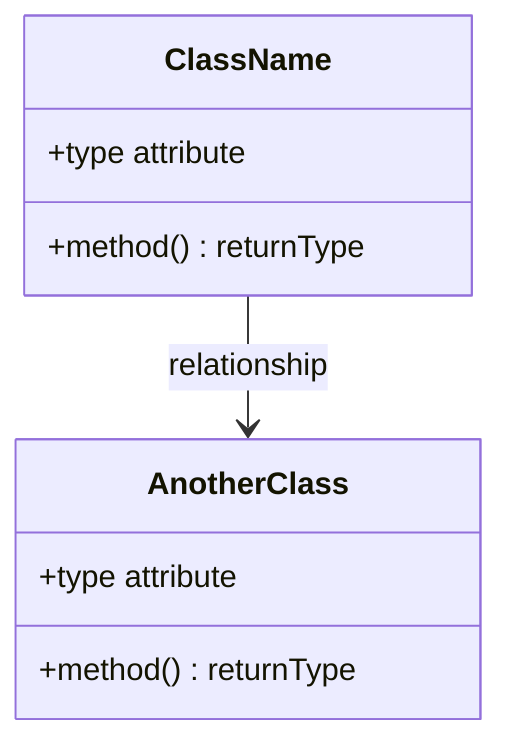
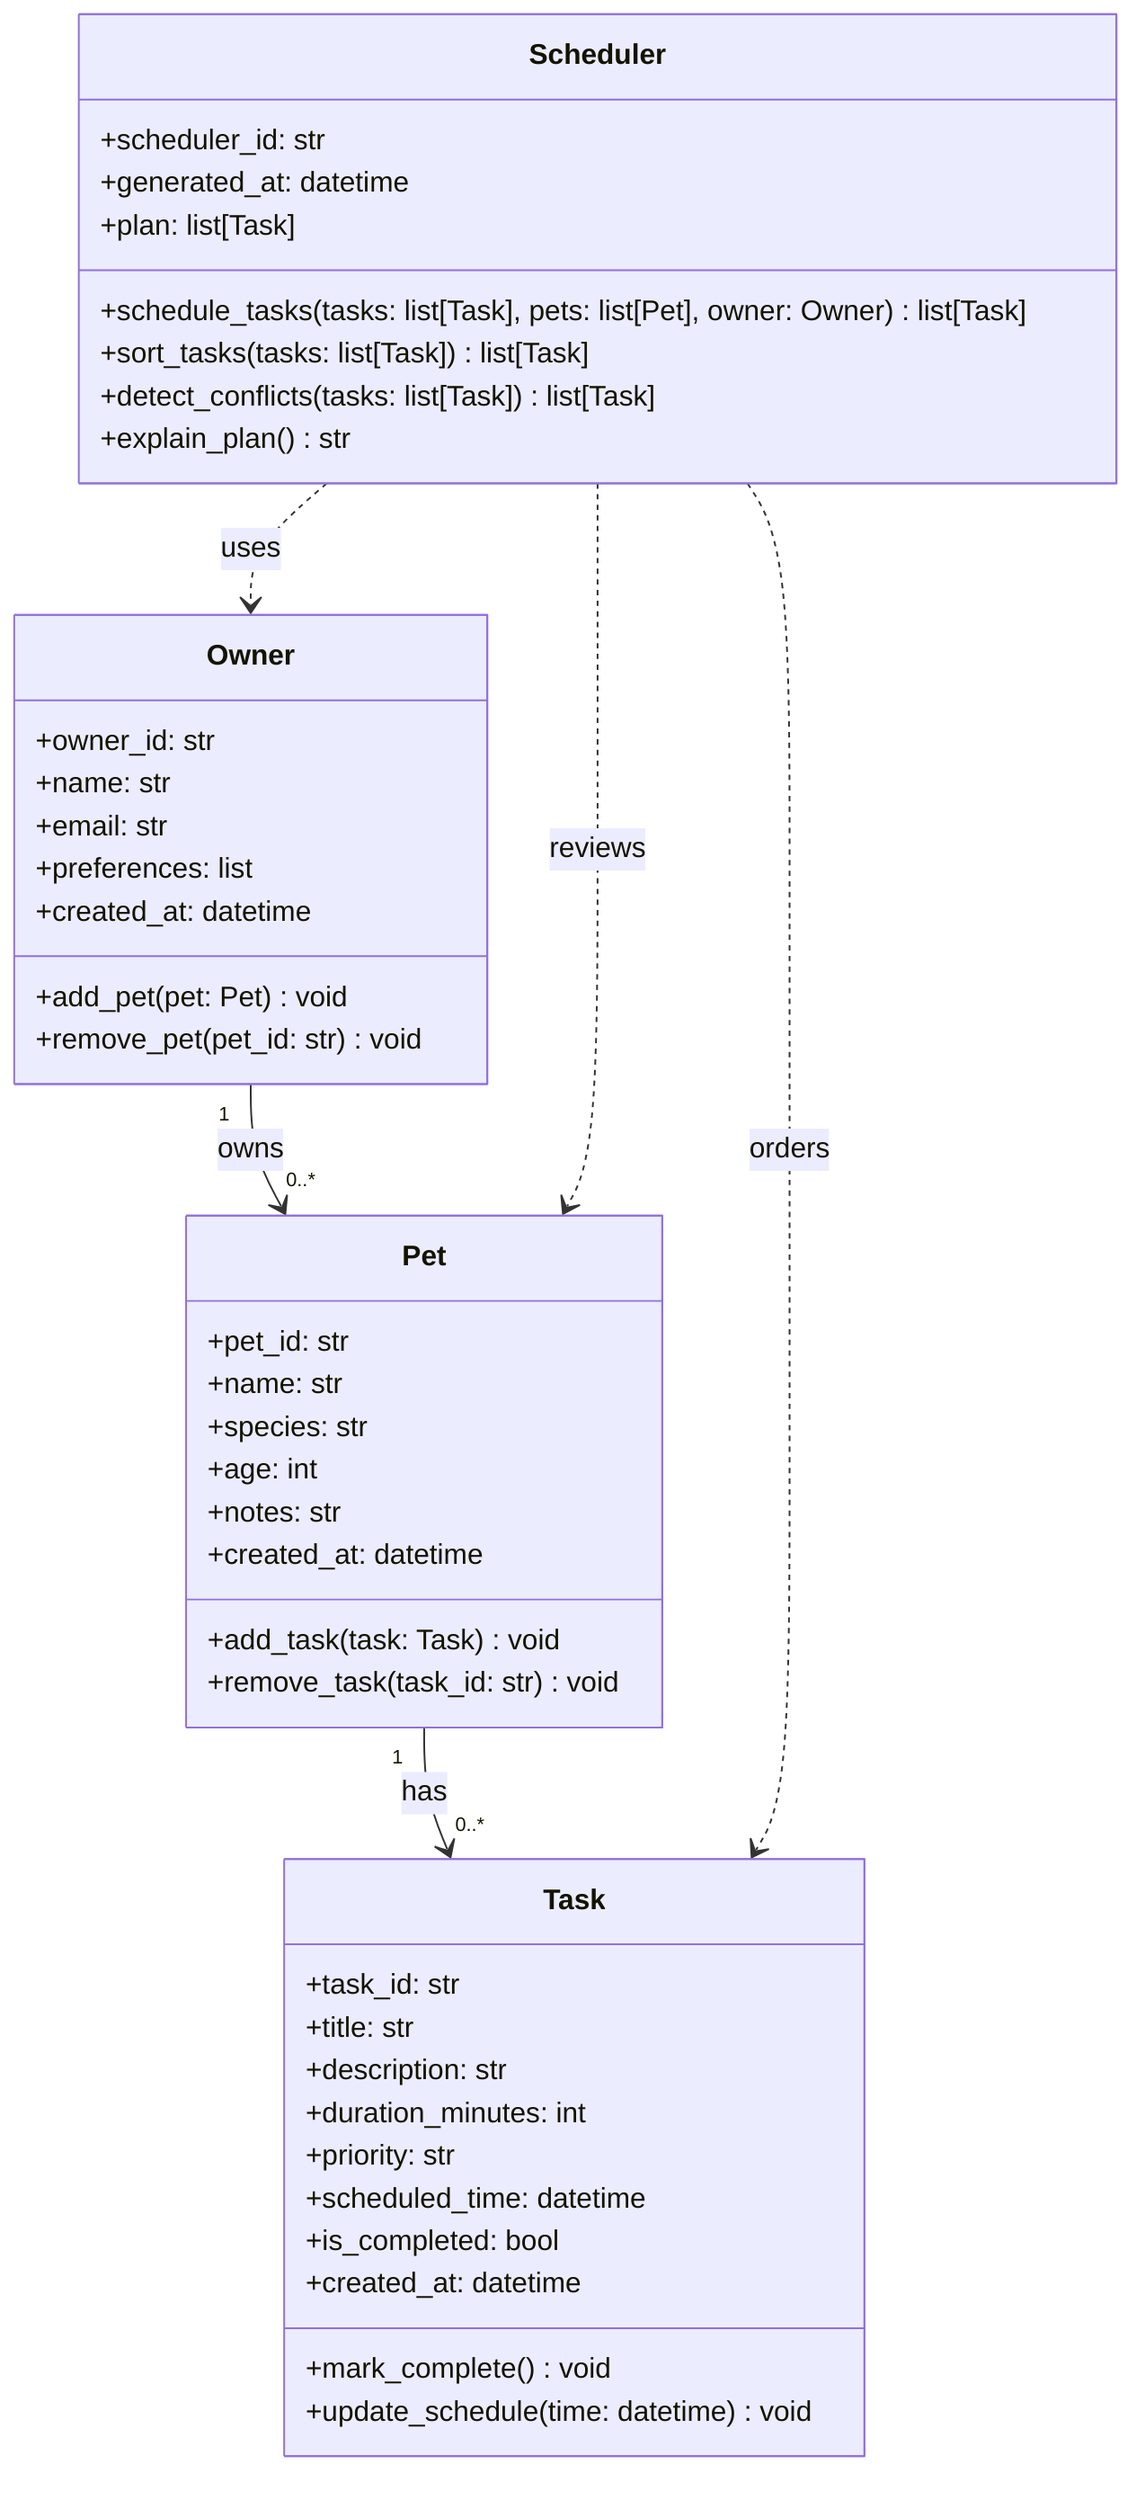
classDiagram
-     %% Replace the placeholders below with your actual classes, attributes, methods, and relationships.
-     %% Keep this file updated so it matches your final implementation.
- 
-     class ClassName {
-         +type attribute
-         +method() returnType
+     class Owner {
+         +owner_id: str
+         +name: str
+         +email: str
+         +preferences: list
+         +created_at: datetime
+         +add_pet(pet: Pet) void
+         +remove_pet(pet_id: str) void
    }

-     class AnotherClass {
-         +type attribute
-         +method() returnType
+     class Pet {
+         +pet_id: str
+         +name: str
+         +species: str
+         +age: int
+         +notes: str
+         +created_at: datetime
+         +add_task(task: Task) void
+         +remove_task(task_id: str) void
    }

-     ClassName --> AnotherClass : relationship
+     class Task {
+         +task_id: str
+         +title: str
+         +description: str
+         +duration_minutes: int
+         +priority: str
+         +scheduled_time: datetime
+         +is_completed: bool
+         +created_at: datetime
+         +mark_complete() void
+         +update_schedule(time: datetime) void
+     }
+ 
+     class Scheduler {
+         +scheduler_id: str
+         +generated_at: datetime
+         +plan: list[Task]
+         +schedule_tasks(tasks: list[Task], pets: list[Pet], owner: Owner) list[Task]
+         +sort_tasks(tasks: list[Task]) list[Task]
+         +detect_conflicts(tasks: list[Task]) list[Task]
+         +explain_plan() str
+     }
+ 
+     Owner "1" --> "0..*" Pet : owns
+     Pet "1" --> "0..*" Task : has
+     Scheduler ..> Owner : uses
+     Scheduler ..> Pet : reviews
+     Scheduler ..> Task : orders
